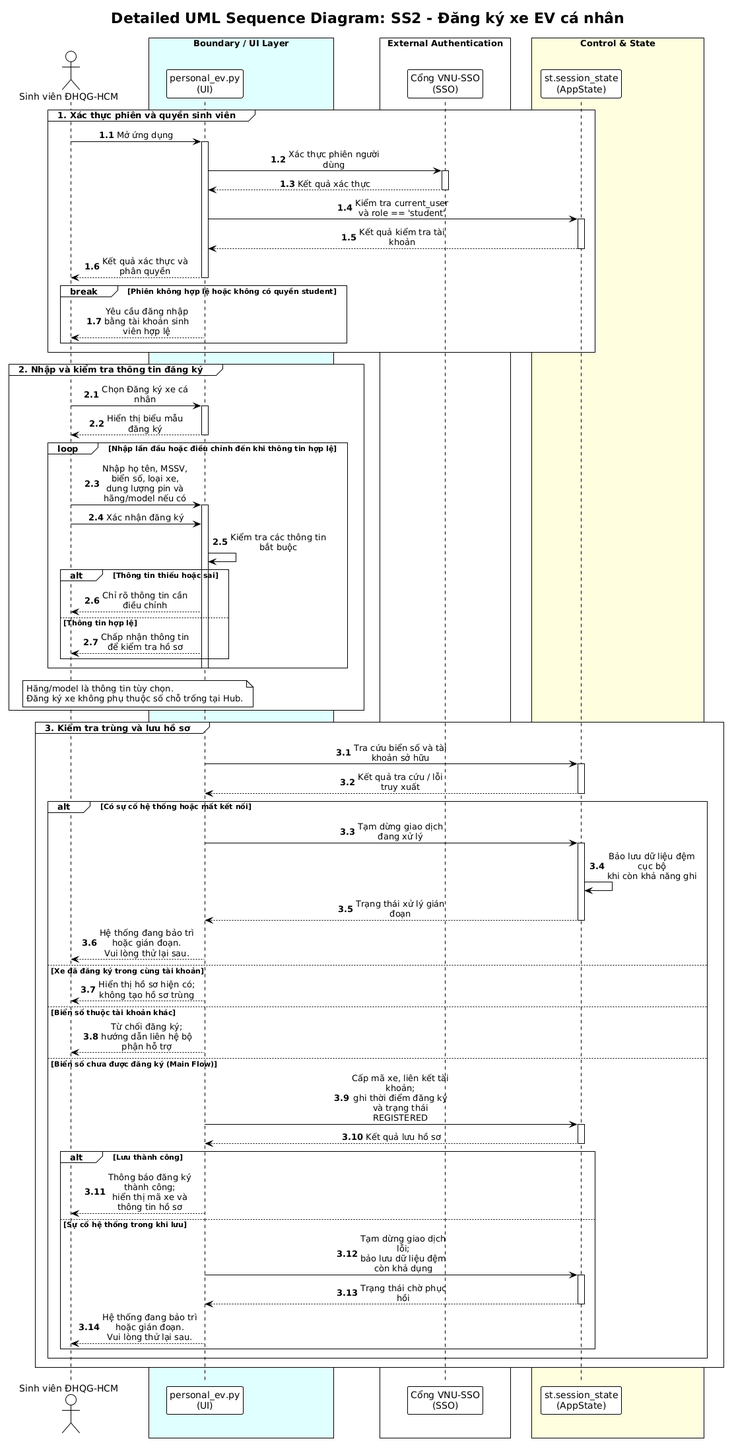
Earlier version of the PlantUML export docs/diagrams/Use-case detail-scenario/SS2/Sequence diagrams/UC_SS2_01_NguyenAnhTai_sequence.png (Dat-nguyen195/BTL_1_CNPM).
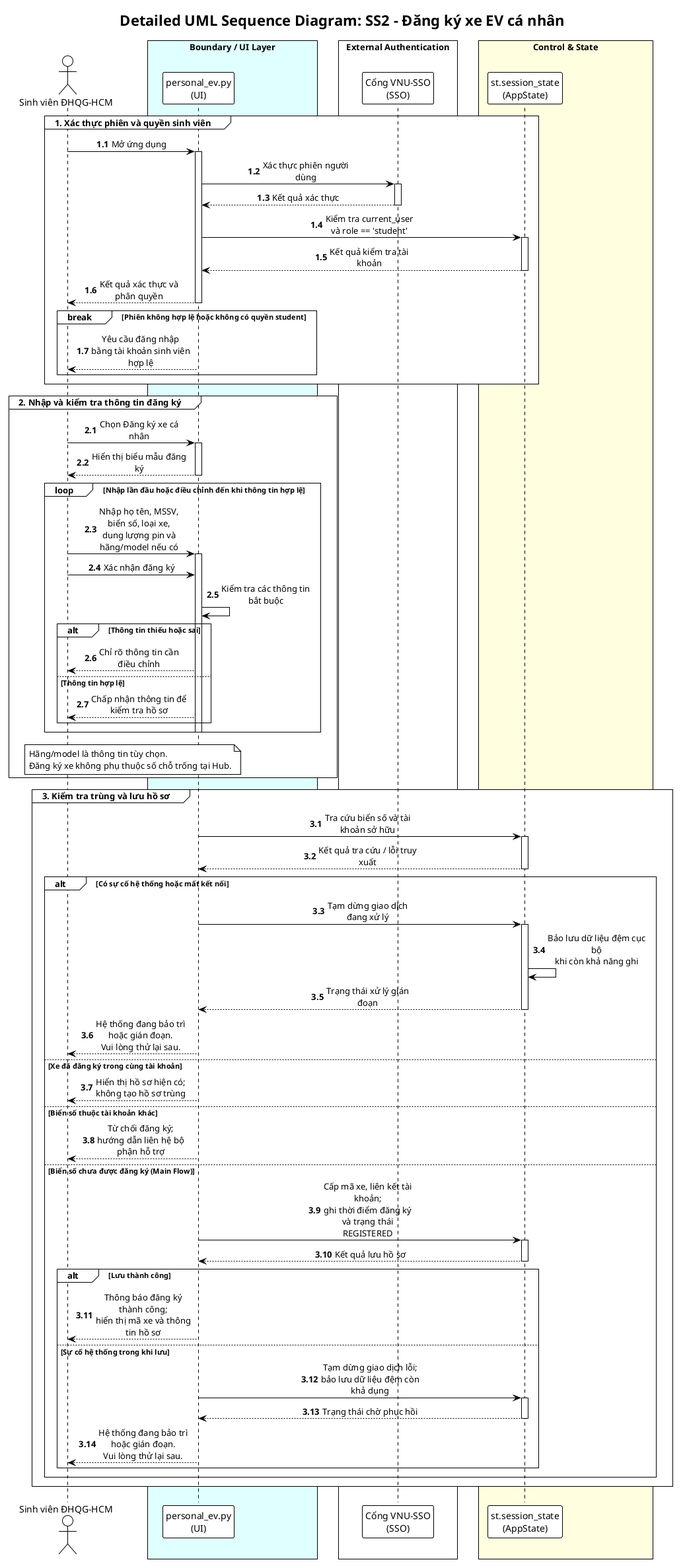
After the commit.

Diff of the diagram source:
```diff
@@ -1,4 +1,5 @@
-@startuml
+@startuml UC_SS2_01_NguyenAnhTai_sequence
+!pragma layout smetana
 !theme plain
 skinparam sequenceMessageAlign center
 skinparam maxMessageSize 150
```
